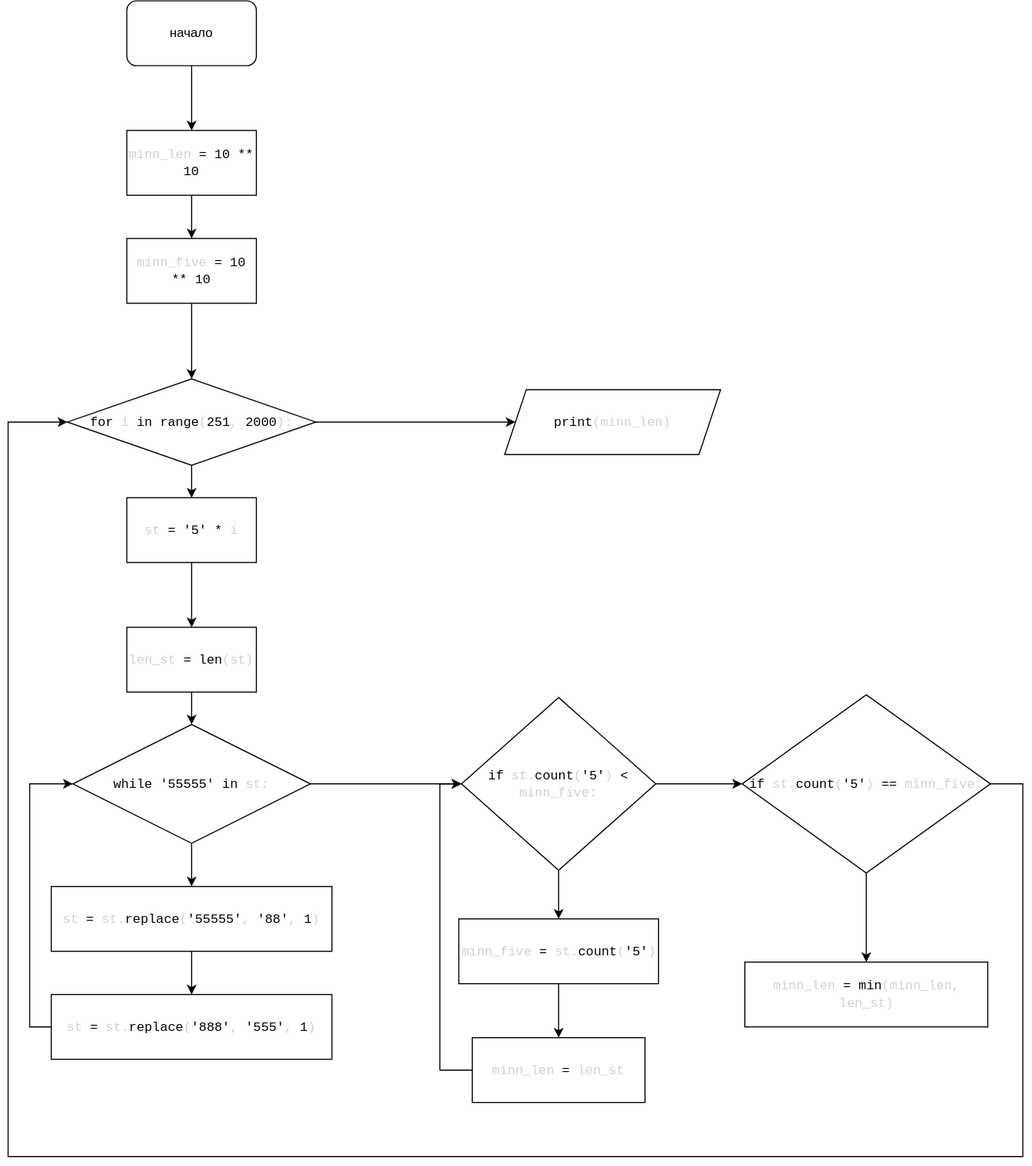
Above: diagrams/Диаграмма без названия.drawio.svg in Propolisss/home_code-python- (draw.io), before the change. Source tidied: cells renumbered, new cells last; positions are measured from the earlier drawing's top-left corner, leaving out a move shared by most shapes.
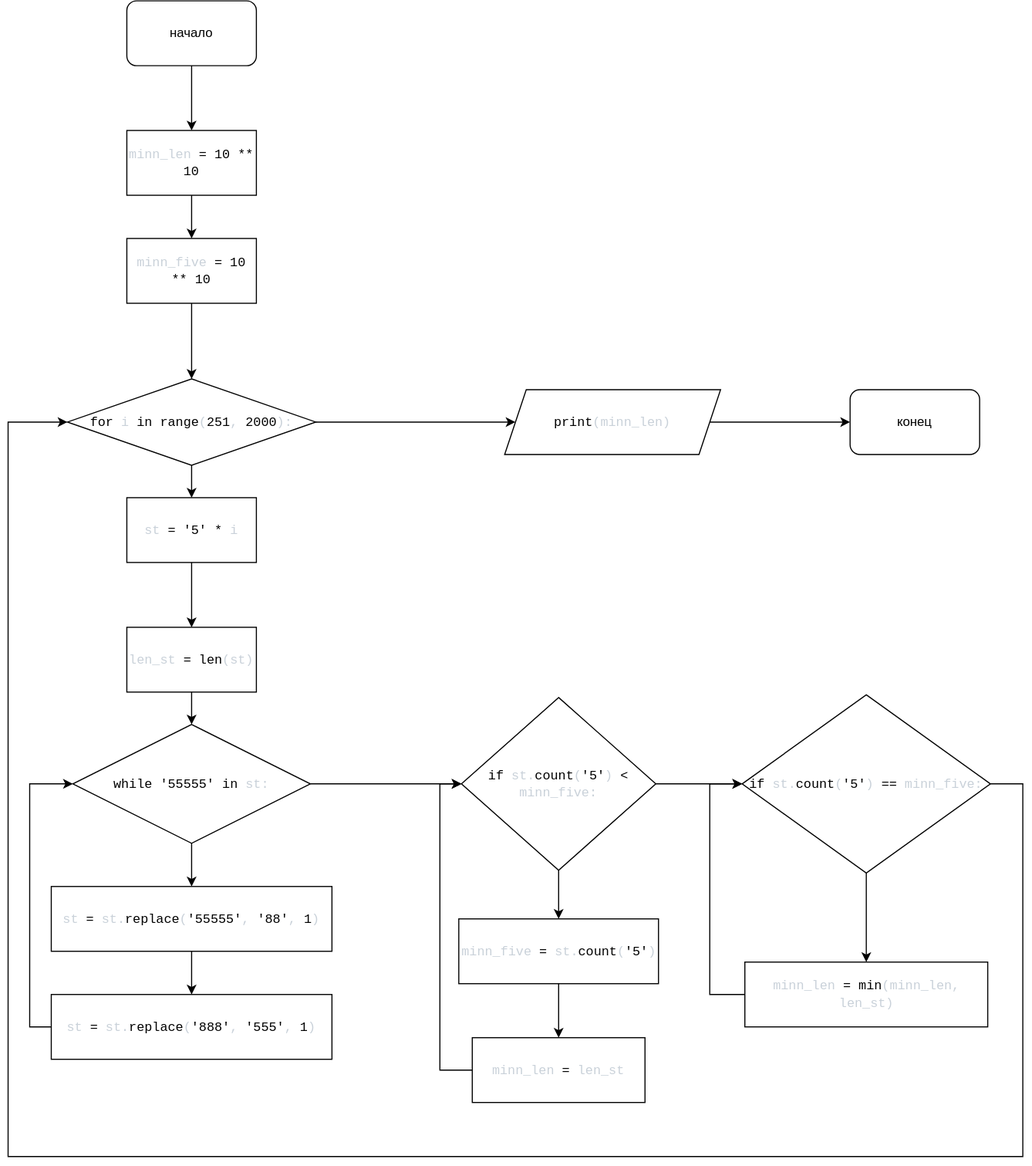
After the commit.

Diff of the diagram source:
```diff
@@ -109,11 +109,25 @@
     <mxCell id="31" value="&lt;span style=&quot;box-sizing: border-box; color: var(--color-prettylights-syntax-keyword); font-family: ui-monospace, SFMono-Regular, &amp;quot;SF Mono&amp;quot;, Menlo, Consolas, &amp;quot;Liberation Mono&amp;quot;, monospace; text-align: start;&quot; class=&quot;pl-k&quot;&gt;if&lt;/span&gt;&lt;span style=&quot;color: rgb(201, 209, 217); font-family: ui-monospace, SFMono-Regular, &amp;quot;SF Mono&amp;quot;, Menlo, Consolas, &amp;quot;Liberation Mono&amp;quot;, monospace; text-align: start;&quot;&gt; &lt;/span&gt;&lt;span style=&quot;box-sizing: border-box; color: rgb(201, 209, 217); font-family: ui-monospace, SFMono-Regular, &amp;quot;SF Mono&amp;quot;, Menlo, Consolas, &amp;quot;Liberation Mono&amp;quot;, monospace; text-align: start;&quot; class=&quot;pl-s1&quot;&gt;&lt;span style=&quot;box-sizing: border-box;&quot; data-hydro-click=&quot;{&amp;quot;event_type&amp;quot;:&amp;quot;code_navigation.click_on_symbol&amp;quot;,&amp;quot;payload&amp;quot;:{&amp;quot;action&amp;quot;:&amp;quot;click_on_symbol&amp;quot;,&amp;quot;repository_id&amp;quot;:534065516,&amp;quot;ref&amp;quot;:&amp;quot;master&amp;quot;,&amp;quot;language&amp;quot;:&amp;quot;Python&amp;quot;,&amp;quot;backend&amp;quot;:&amp;quot;ALEPH_PRECISE&amp;quot;,&amp;quot;code_nav_context&amp;quot;:&amp;quot;BLOB_VIEW&amp;quot;,&amp;quot;retry_backend&amp;quot;:&amp;quot;&amp;quot;,&amp;quot;cross_repo_results_included&amp;quot;:&amp;quot;CROSS_REPO_ENABLED&amp;quot;,&amp;quot;in_repo_result_count&amp;quot;:1,&amp;quot;cross_repo_result_count&amp;quot;:0,&amp;quot;originating_url&amp;quot;:&amp;quot;https://github.com/Propolisss/school_code_python/find-definition?q=st&amp;amp;blob_path=classwork%2F01_11_2022%2F12.py&amp;amp;ref=master&amp;amp;language=Python&amp;amp;row=16&amp;amp;col=7&amp;amp;code_nav_context=BLOB_VIEW&amp;quot;,&amp;quot;user_id&amp;quot;:108543596}}&quot; class=&quot;pl-token&quot;&gt;st&lt;/span&gt;&lt;/span&gt;&lt;span style=&quot;color: rgb(201, 209, 217); font-family: ui-monospace, SFMono-Regular, &amp;quot;SF Mono&amp;quot;, Menlo, Consolas, &amp;quot;Liberation Mono&amp;quot;, monospace; text-align: start;&quot;&gt;.&lt;/span&gt;&lt;span style=&quot;box-sizing: border-box; color: var(--color-prettylights-syntax-entity); font-family: ui-monospace, SFMono-Regular, &amp;quot;SF Mono&amp;quot;, Menlo, Consolas, &amp;quot;Liberation Mono&amp;quot;, monospace; text-align: start;&quot; class=&quot;pl-en&quot;&gt;&lt;span style=&quot;box-sizing: border-box;&quot; data-hydro-click=&quot;{&amp;quot;event_type&amp;quot;:&amp;quot;code_navigation.click_on_symbol&amp;quot;,&amp;quot;payload&amp;quot;:{&amp;quot;action&amp;quot;:&amp;quot;click_on_symbol&amp;quot;,&amp;quot;repository_id&amp;quot;:534065516,&amp;quot;ref&amp;quot;:&amp;quot;master&amp;quot;,&amp;quot;language&amp;quot;:&amp;quot;Python&amp;quot;,&amp;quot;backend&amp;quot;:&amp;quot;ALEPH_PRECISE&amp;quot;,&amp;quot;code_nav_context&amp;quot;:&amp;quot;BLOB_VIEW&amp;quot;,&amp;quot;retry_backend&amp;quot;:&amp;quot;&amp;quot;,&amp;quot;cross_repo_results_included&amp;quot;:&amp;quot;CROSS_REPO_ENABLED&amp;quot;,&amp;quot;in_repo_result_count&amp;quot;:0,&amp;quot;cross_repo_result_count&amp;quot;:0,&amp;quot;originating_url&amp;quot;:&amp;quot;https://github.com/Propolisss/school_code_python/find-definition?q=count&amp;amp;blob_path=classwork%2F01_11_2022%2F12.py&amp;amp;ref=master&amp;amp;language=Python&amp;amp;row=16&amp;amp;col=10&amp;amp;code_nav_context=BLOB_VIEW&amp;quot;,&amp;quot;user_id&amp;quot;:108543596}}&quot; class=&quot;pl-token&quot;&gt;count&lt;/span&gt;&lt;/span&gt;&lt;span style=&quot;color: rgb(201, 209, 217); font-family: ui-monospace, SFMono-Regular, &amp;quot;SF Mono&amp;quot;, Menlo, Consolas, &amp;quot;Liberation Mono&amp;quot;, monospace; text-align: start;&quot;&gt;(&lt;/span&gt;&lt;span style=&quot;box-sizing: border-box; color: var(--color-prettylights-syntax-string); font-family: ui-monospace, SFMono-Regular, &amp;quot;SF Mono&amp;quot;, Menlo, Consolas, &amp;quot;Liberation Mono&amp;quot;, monospace; text-align: start;&quot; class=&quot;pl-s&quot;&gt;'5'&lt;/span&gt;&lt;span style=&quot;color: rgb(201, 209, 217); font-family: ui-monospace, SFMono-Regular, &amp;quot;SF Mono&amp;quot;, Menlo, Consolas, &amp;quot;Liberation Mono&amp;quot;, monospace; text-align: start;&quot;&gt;) &lt;/span&gt;&lt;span style=&quot;box-sizing: border-box; color: var(--color-prettylights-syntax-constant); font-family: ui-monospace, SFMono-Regular, &amp;quot;SF Mono&amp;quot;, Menlo, Consolas, &amp;quot;Liberation Mono&amp;quot;, monospace; text-align: start;&quot; class=&quot;pl-c1&quot;&gt;==&lt;/span&gt;&lt;span style=&quot;color: rgb(201, 209, 217); font-family: ui-monospace, SFMono-Regular, &amp;quot;SF Mono&amp;quot;, Menlo, Consolas, &amp;quot;Liberation Mono&amp;quot;, monospace; text-align: start;&quot;&gt;  &lt;/span&gt;&lt;span style=&quot;box-sizing: border-box; color: rgb(201, 209, 217); font-family: ui-monospace, SFMono-Regular, &amp;quot;SF Mono&amp;quot;, Menlo, Consolas, &amp;quot;Liberation Mono&amp;quot;, monospace; text-align: start;&quot; class=&quot;pl-s1&quot;&gt;&lt;span style=&quot;box-sizing: border-box;&quot; data-hydro-click=&quot;{&amp;quot;event_type&amp;quot;:&amp;quot;code_navigation.click_on_symbol&amp;quot;,&amp;quot;payload&amp;quot;:{&amp;quot;action&amp;quot;:&amp;quot;click_on_symbol&amp;quot;,&amp;quot;repository_id&amp;quot;:534065516,&amp;quot;ref&amp;quot;:&amp;quot;master&amp;quot;,&amp;quot;language&amp;quot;:&amp;quot;Python&amp;quot;,&amp;quot;backend&amp;quot;:&amp;quot;ALEPH_PRECISE&amp;quot;,&amp;quot;code_nav_context&amp;quot;:&amp;quot;BLOB_VIEW&amp;quot;,&amp;quot;retry_backend&amp;quot;:&amp;quot;&amp;quot;,&amp;quot;cross_repo_results_included&amp;quot;:&amp;quot;CROSS_REPO_ENABLED&amp;quot;,&amp;quot;in_repo_result_count&amp;quot;:1,&amp;quot;cross_repo_result_count&amp;quot;:0,&amp;quot;originating_url&amp;quot;:&amp;quot;https://github.com/Propolisss/school_code_python/find-definition?q=minn_five&amp;amp;blob_path=classwork%2F01_11_2022%2F12.py&amp;amp;ref=master&amp;amp;language=Python&amp;amp;row=16&amp;amp;col=25&amp;amp;code_nav_context=BLOB_VIEW&amp;quot;,&amp;quot;user_id&amp;quot;:108543596}}&quot; class=&quot;pl-token&quot;&gt;minn_five&lt;/span&gt;&lt;/span&gt;&lt;span style=&quot;color: rgb(201, 209, 217); font-family: ui-monospace, SFMono-Regular, &amp;quot;SF Mono&amp;quot;, Menlo, Consolas, &amp;quot;Liberation Mono&amp;quot;, monospace; text-align: start;&quot;&gt;:&lt;/span&gt;" style="rhombus;whiteSpace=wrap;html=1;labelBackgroundColor=none;" parent="1" vertex="1">
       <mxGeometry x="680" y="642.5" width="230" height="165" as="geometry" />
     </mxCell>
+    <mxCell id="34" style="edgeStyle=orthogonalEdgeStyle;rounded=0;jettySize=auto;html=1;entryX=0;entryY=0.5;entryDx=0;entryDy=0;labelBackgroundColor=none;" parent="1" edge="1" source="32" target="31">
+      <mxGeometry relative="1" as="geometry">
+        <Array as="points">
+          <mxPoint x="650" y="920" />
+          <mxPoint x="650" y="725" />
+        </Array>
+      </mxGeometry>
+    </mxCell>
     <mxCell id="32" value="&lt;span style=&quot;box-sizing: border-box; color: rgb(201, 209, 217); font-family: ui-monospace, SFMono-Regular, &amp;quot;SF Mono&amp;quot;, Menlo, Consolas, &amp;quot;Liberation Mono&amp;quot;, monospace; text-align: start;&quot; class=&quot;pl-s1&quot;&gt;&lt;span style=&quot;box-sizing: border-box;&quot; data-hydro-click=&quot;{&amp;quot;event_type&amp;quot;:&amp;quot;code_navigation.click_on_symbol&amp;quot;,&amp;quot;payload&amp;quot;:{&amp;quot;action&amp;quot;:&amp;quot;click_on_symbol&amp;quot;,&amp;quot;repository_id&amp;quot;:534065516,&amp;quot;ref&amp;quot;:&amp;quot;master&amp;quot;,&amp;quot;language&amp;quot;:&amp;quot;Python&amp;quot;,&amp;quot;backend&amp;quot;:&amp;quot;ALEPH_PRECISE&amp;quot;,&amp;quot;code_nav_context&amp;quot;:&amp;quot;BLOB_VIEW&amp;quot;,&amp;quot;retry_backend&amp;quot;:&amp;quot;&amp;quot;,&amp;quot;cross_repo_results_included&amp;quot;:&amp;quot;CROSS_REPO_ENABLED&amp;quot;,&amp;quot;in_repo_result_count&amp;quot;:1,&amp;quot;cross_repo_result_count&amp;quot;:0,&amp;quot;originating_url&amp;quot;:&amp;quot;https://github.com/Propolisss/school_code_python/find-definition?q=minn_len&amp;amp;blob_path=classwork%2F01_11_2022%2F12.py&amp;amp;ref=master&amp;amp;language=Python&amp;amp;row=17&amp;amp;col=8&amp;amp;code_nav_context=BLOB_VIEW&amp;quot;,&amp;quot;user_id&amp;quot;:108543596}}&quot; class=&quot;pl-token&quot;&gt;minn_len&lt;/span&gt;&lt;/span&gt;&lt;span style=&quot;color: rgb(201, 209, 217); font-family: ui-monospace, SFMono-Regular, &amp;quot;SF Mono&amp;quot;, Menlo, Consolas, &amp;quot;Liberation Mono&amp;quot;, monospace; text-align: start;&quot;&gt; &lt;/span&gt;&lt;span style=&quot;box-sizing: border-box; color: var(--color-prettylights-syntax-constant); font-family: ui-monospace, SFMono-Regular, &amp;quot;SF Mono&amp;quot;, Menlo, Consolas, &amp;quot;Liberation Mono&amp;quot;, monospace; text-align: start;&quot; class=&quot;pl-c1&quot;&gt;=&lt;/span&gt;&lt;span style=&quot;color: rgb(201, 209, 217); font-family: ui-monospace, SFMono-Regular, &amp;quot;SF Mono&amp;quot;, Menlo, Consolas, &amp;quot;Liberation Mono&amp;quot;, monospace; text-align: start;&quot;&gt; &lt;/span&gt;&lt;span style=&quot;box-sizing: border-box; color: var(--color-prettylights-syntax-entity); font-family: ui-monospace, SFMono-Regular, &amp;quot;SF Mono&amp;quot;, Menlo, Consolas, &amp;quot;Liberation Mono&amp;quot;, monospace; text-align: start;&quot; class=&quot;pl-en&quot;&gt;&lt;span style=&quot;box-sizing: border-box;&quot; data-hydro-click=&quot;{&amp;quot;event_type&amp;quot;:&amp;quot;code_navigation.click_on_symbol&amp;quot;,&amp;quot;payload&amp;quot;:{&amp;quot;action&amp;quot;:&amp;quot;click_on_symbol&amp;quot;,&amp;quot;repository_id&amp;quot;:534065516,&amp;quot;ref&amp;quot;:&amp;quot;master&amp;quot;,&amp;quot;language&amp;quot;:&amp;quot;Python&amp;quot;,&amp;quot;backend&amp;quot;:&amp;quot;ALEPH_PRECISE&amp;quot;,&amp;quot;code_nav_context&amp;quot;:&amp;quot;BLOB_VIEW&amp;quot;,&amp;quot;retry_backend&amp;quot;:&amp;quot;&amp;quot;,&amp;quot;cross_repo_results_included&amp;quot;:&amp;quot;CROSS_REPO_ENABLED&amp;quot;,&amp;quot;in_repo_result_count&amp;quot;:0,&amp;quot;cross_repo_result_count&amp;quot;:0,&amp;quot;originating_url&amp;quot;:&amp;quot;https://github.com/Propolisss/school_code_python/find-definition?q=min&amp;amp;blob_path=classwork%2F01_11_2022%2F12.py&amp;amp;ref=master&amp;amp;language=Python&amp;amp;row=17&amp;amp;col=19&amp;amp;code_nav_context=BLOB_VIEW&amp;quot;,&amp;quot;user_id&amp;quot;:108543596}}&quot; class=&quot;pl-token&quot;&gt;min&lt;/span&gt;&lt;/span&gt;&lt;span style=&quot;color: rgb(201, 209, 217); font-family: ui-monospace, SFMono-Regular, &amp;quot;SF Mono&amp;quot;, Menlo, Consolas, &amp;quot;Liberation Mono&amp;quot;, monospace; text-align: start;&quot;&gt;(&lt;/span&gt;&lt;span style=&quot;box-sizing: border-box; color: rgb(201, 209, 217); font-family: ui-monospace, SFMono-Regular, &amp;quot;SF Mono&amp;quot;, Menlo, Consolas, &amp;quot;Liberation Mono&amp;quot;, monospace; text-align: start;&quot; class=&quot;pl-s1&quot;&gt;&lt;span style=&quot;box-sizing: border-box;&quot; data-hydro-click=&quot;{&amp;quot;event_type&amp;quot;:&amp;quot;code_navigation.click_on_symbol&amp;quot;,&amp;quot;payload&amp;quot;:{&amp;quot;action&amp;quot;:&amp;quot;click_on_symbol&amp;quot;,&amp;quot;repository_id&amp;quot;:534065516,&amp;quot;ref&amp;quot;:&amp;quot;master&amp;quot;,&amp;quot;language&amp;quot;:&amp;quot;Python&amp;quot;,&amp;quot;backend&amp;quot;:&amp;quot;ALEPH_PRECISE&amp;quot;,&amp;quot;code_nav_context&amp;quot;:&amp;quot;BLOB_VIEW&amp;quot;,&amp;quot;retry_backend&amp;quot;:&amp;quot;&amp;quot;,&amp;quot;cross_repo_results_included&amp;quot;:&amp;quot;CROSS_REPO_ENABLED&amp;quot;,&amp;quot;in_repo_result_count&amp;quot;:1,&amp;quot;cross_repo_result_count&amp;quot;:0,&amp;quot;originating_url&amp;quot;:&amp;quot;https://github.com/Propolisss/school_code_python/find-definition?q=minn_len&amp;amp;blob_path=classwork%2F01_11_2022%2F12.py&amp;amp;ref=master&amp;amp;language=Python&amp;amp;row=17&amp;amp;col=23&amp;amp;code_nav_context=BLOB_VIEW&amp;quot;,&amp;quot;user_id&amp;quot;:108543596}}&quot; class=&quot;pl-token&quot;&gt;minn_len&lt;/span&gt;&lt;/span&gt;&lt;span style=&quot;color: rgb(201, 209, 217); font-family: ui-monospace, SFMono-Regular, &amp;quot;SF Mono&amp;quot;, Menlo, Consolas, &amp;quot;Liberation Mono&amp;quot;, monospace; text-align: start;&quot;&gt;, &lt;/span&gt;&lt;span style=&quot;box-sizing: border-box; color: rgb(201, 209, 217); font-family: ui-monospace, SFMono-Regular, &amp;quot;SF Mono&amp;quot;, Menlo, Consolas, &amp;quot;Liberation Mono&amp;quot;, monospace; text-align: start;&quot; class=&quot;pl-s1&quot;&gt;&lt;span style=&quot;box-sizing: border-box;&quot; data-hydro-click=&quot;{&amp;quot;event_type&amp;quot;:&amp;quot;code_navigation.click_on_symbol&amp;quot;,&amp;quot;payload&amp;quot;:{&amp;quot;action&amp;quot;:&amp;quot;click_on_symbol&amp;quot;,&amp;quot;repository_id&amp;quot;:534065516,&amp;quot;ref&amp;quot;:&amp;quot;master&amp;quot;,&amp;quot;language&amp;quot;:&amp;quot;Python&amp;quot;,&amp;quot;backend&amp;quot;:&amp;quot;ALEPH_PRECISE&amp;quot;,&amp;quot;code_nav_context&amp;quot;:&amp;quot;BLOB_VIEW&amp;quot;,&amp;quot;retry_backend&amp;quot;:&amp;quot;&amp;quot;,&amp;quot;cross_repo_results_included&amp;quot;:&amp;quot;CROSS_REPO_ENABLED&amp;quot;,&amp;quot;in_repo_result_count&amp;quot;:1,&amp;quot;cross_repo_result_count&amp;quot;:0,&amp;quot;originating_url&amp;quot;:&amp;quot;https://github.com/Propolisss/school_code_python/find-definition?q=len_st&amp;amp;blob_path=classwork%2F01_11_2022%2F12.py&amp;amp;ref=master&amp;amp;language=Python&amp;amp;row=17&amp;amp;col=33&amp;amp;code_nav_context=BLOB_VIEW&amp;quot;,&amp;quot;user_id&amp;quot;:108543596}}&quot; class=&quot;pl-token&quot;&gt;len_st&lt;/span&gt;&lt;/span&gt;&lt;span style=&quot;color: rgb(201, 209, 217); font-family: ui-monospace, SFMono-Regular, &amp;quot;SF Mono&amp;quot;, Menlo, Consolas, &amp;quot;Liberation Mono&amp;quot;, monospace; text-align: start;&quot;&gt;)&lt;/span&gt;" style="rounded=0;whiteSpace=wrap;html=1;labelBackgroundColor=none;" parent="1" vertex="1">
       <mxGeometry x="682.5" y="890" width="225" height="60" as="geometry" />
     </mxCell>
+    <mxCell id="35" style="edgeStyle=orthogonalEdgeStyle;rounded=0;jettySize=auto;html=1;entryX=0;entryY=0.5;entryDx=0;entryDy=0;labelBackgroundColor=none;" parent="1" edge="1" source="33" target="36">
+      <mxGeometry relative="1" as="geometry" />
+    </mxCell>
     <mxCell id="33" value="&lt;span style=&quot;box-sizing: border-box; color: var(--color-prettylights-syntax-entity); font-family: ui-monospace, SFMono-Regular, &amp;quot;SF Mono&amp;quot;, Menlo, Consolas, &amp;quot;Liberation Mono&amp;quot;, monospace; text-align: start;&quot; class=&quot;pl-en&quot;&gt;&lt;span style=&quot;box-sizing: border-box;&quot; data-hydro-click=&quot;{&amp;quot;event_type&amp;quot;:&amp;quot;code_navigation.click_on_symbol&amp;quot;,&amp;quot;payload&amp;quot;:{&amp;quot;action&amp;quot;:&amp;quot;click_on_symbol&amp;quot;,&amp;quot;repository_id&amp;quot;:534065516,&amp;quot;ref&amp;quot;:&amp;quot;master&amp;quot;,&amp;quot;language&amp;quot;:&amp;quot;Python&amp;quot;,&amp;quot;backend&amp;quot;:&amp;quot;ALEPH_PRECISE&amp;quot;,&amp;quot;code_nav_context&amp;quot;:&amp;quot;BLOB_VIEW&amp;quot;,&amp;quot;retry_backend&amp;quot;:&amp;quot;&amp;quot;,&amp;quot;cross_repo_results_included&amp;quot;:&amp;quot;CROSS_REPO_ENABLED&amp;quot;,&amp;quot;in_repo_result_count&amp;quot;:0,&amp;quot;cross_repo_result_count&amp;quot;:0,&amp;quot;originating_url&amp;quot;:&amp;quot;https://github.com/Propolisss/school_code_python/find-definition?q=print&amp;amp;blob_path=classwork%2F01_11_2022%2F12.py&amp;amp;ref=master&amp;amp;language=Python&amp;amp;row=18&amp;amp;col=0&amp;amp;code_nav_context=BLOB_VIEW&amp;quot;,&amp;quot;user_id&amp;quot;:108543596}}&quot; class=&quot;pl-token&quot;&gt;print&lt;/span&gt;&lt;/span&gt;&lt;span style=&quot;color: rgb(201, 209, 217); font-family: ui-monospace, SFMono-Regular, &amp;quot;SF Mono&amp;quot;, Menlo, Consolas, &amp;quot;Liberation Mono&amp;quot;, monospace; text-align: start;&quot;&gt;(&lt;/span&gt;&lt;span style=&quot;box-sizing: border-box; color: rgb(201, 209, 217); font-family: ui-monospace, SFMono-Regular, &amp;quot;SF Mono&amp;quot;, Menlo, Consolas, &amp;quot;Liberation Mono&amp;quot;, monospace; text-align: start;&quot; class=&quot;pl-s1&quot;&gt;&lt;span style=&quot;box-sizing: border-box;&quot; data-hydro-click=&quot;{&amp;quot;event_type&amp;quot;:&amp;quot;code_navigation.click_on_symbol&amp;quot;,&amp;quot;payload&amp;quot;:{&amp;quot;action&amp;quot;:&amp;quot;click_on_symbol&amp;quot;,&amp;quot;repository_id&amp;quot;:534065516,&amp;quot;ref&amp;quot;:&amp;quot;master&amp;quot;,&amp;quot;language&amp;quot;:&amp;quot;Python&amp;quot;,&amp;quot;backend&amp;quot;:&amp;quot;ALEPH_PRECISE&amp;quot;,&amp;quot;code_nav_context&amp;quot;:&amp;quot;BLOB_VIEW&amp;quot;,&amp;quot;retry_backend&amp;quot;:&amp;quot;&amp;quot;,&amp;quot;cross_repo_results_included&amp;quot;:&amp;quot;CROSS_REPO_ENABLED&amp;quot;,&amp;quot;in_repo_result_count&amp;quot;:1,&amp;quot;cross_repo_result_count&amp;quot;:0,&amp;quot;originating_url&amp;quot;:&amp;quot;https://github.com/Propolisss/school_code_python/find-definition?q=minn_len&amp;amp;blob_path=classwork%2F01_11_2022%2F12.py&amp;amp;ref=master&amp;amp;language=Python&amp;amp;row=18&amp;amp;col=6&amp;amp;code_nav_context=BLOB_VIEW&amp;quot;,&amp;quot;user_id&amp;quot;:108543596}}&quot; class=&quot;pl-token&quot;&gt;minn_len&lt;/span&gt;&lt;/span&gt;&lt;span style=&quot;color: rgb(201, 209, 217); font-family: ui-monospace, SFMono-Regular, &amp;quot;SF Mono&amp;quot;, Menlo, Consolas, &amp;quot;Liberation Mono&amp;quot;, monospace; text-align: start;&quot;&gt;)&lt;/span&gt;" style="shape=parallelogram;perimeter=parallelogramPerimeter;whiteSpace=wrap;html=1;fixedSize=1;labelBackgroundColor=none;" parent="1" vertex="1">
       <mxGeometry x="460" y="360" width="200" height="60" as="geometry" />
     </mxCell>
+    <mxCell id="36" value="конец" style="rounded=1;whiteSpace=wrap;html=1;labelBackgroundColor=none;" parent="1" vertex="1">
+      <mxGeometry x="780" y="360" width="120" height="60" as="geometry" />
+    </mxCell>
   </root>
 </mxGraphModel>
```
